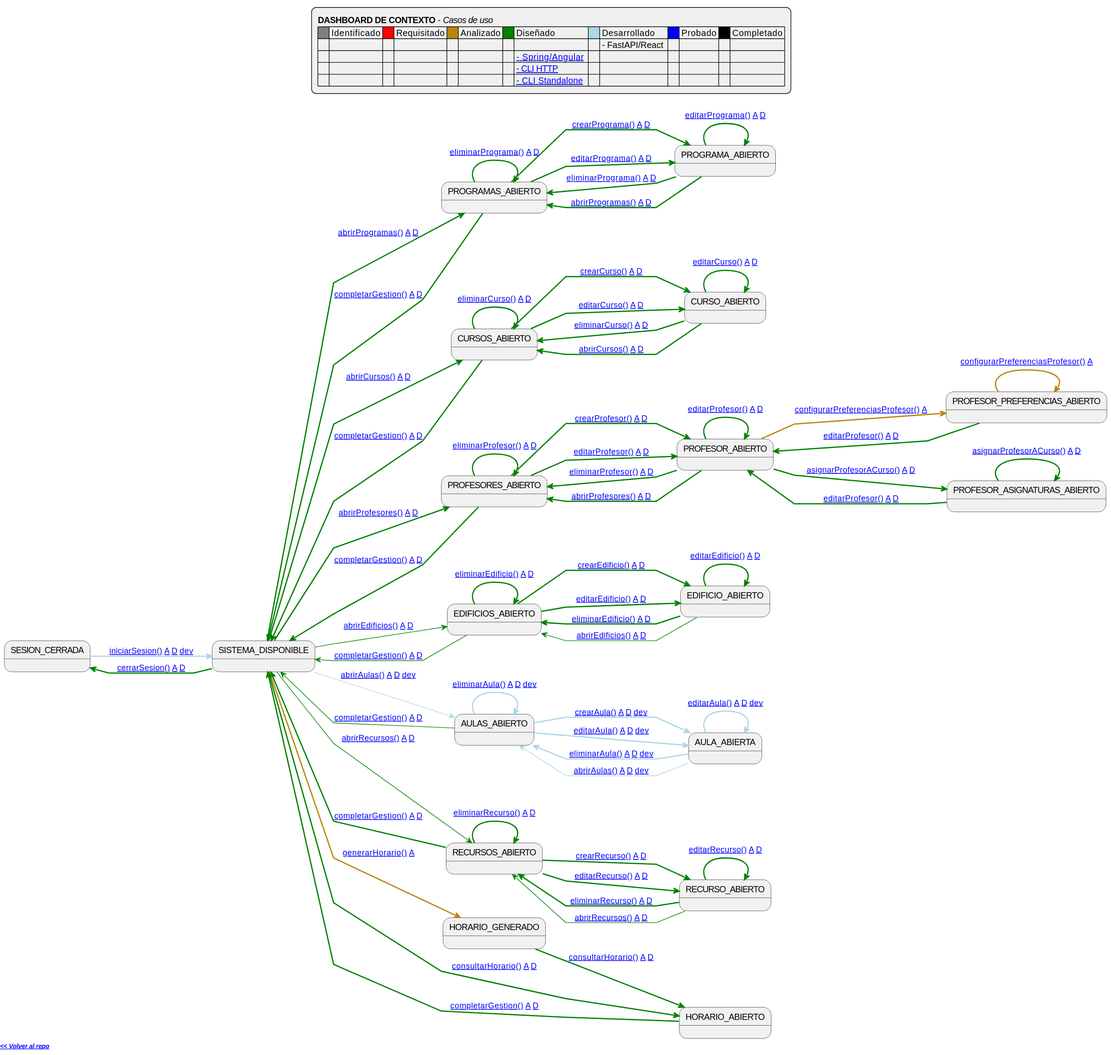
Before: images/RUP/99-seguimiento/diagrama-contexto-administrador.svg, a diagram exported from PlantUML (mmasias/pySigHor).
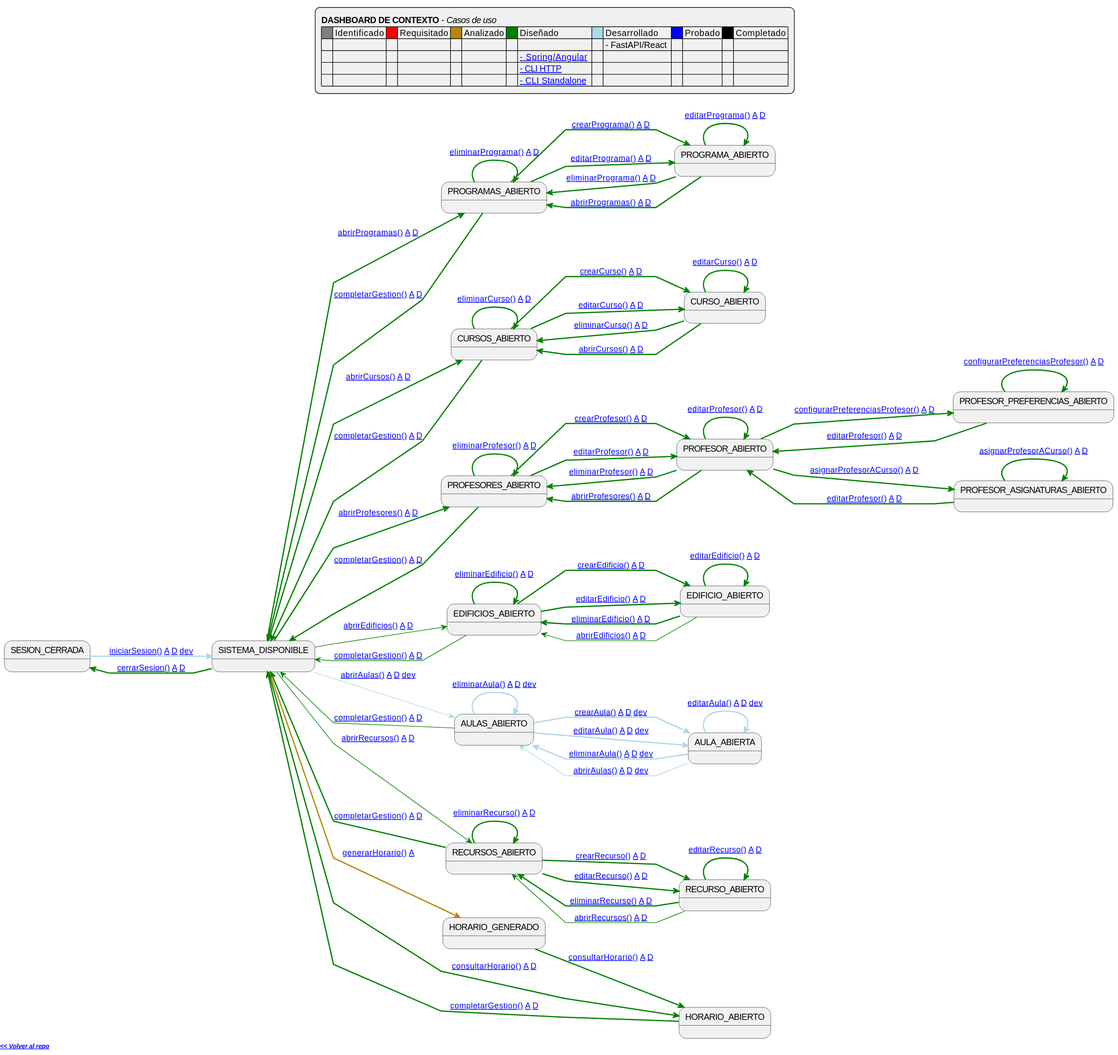
Later version of the same file.

Commit message:
docs(diseño): artefactos de secuencia para configurarPreferenciasProfesor + dashboard actualizado

The edit, as a diff of the source:
```diff
@@ -80,9 +80,9 @@
 ListProfesores -[#green,thickness=2]-> ListProfesores: [[https://github.com/mmasias/pySigHor/blob/main/RUP/00-casos-uso/02-detalle/eliminarProfesor/README.md eliminarProfesor()]] [[https://github.com/mmasias/pySigHor/blob/main/RUP/01-analisis/casos-uso/eliminarProfesor/README.md A]] [[https://github.com/mmasias/pySigHor/blob/diseño-fastapi-react/RUP/02-diseño/casos-uso/eliminarProfesor/README.md D]]
 EditProfesor -[#green,thickness=2]-> EditProfesor: [[https://github.com/mmasias/pySigHor/blob/main/RUP/00-casos-uso/02-detalle/editarProfesor/README.md editarProfesor()]] [[https://github.com/mmasias/pySigHor/blob/main/RUP/01-analisis/casos-uso/editarProfesor/README.md A]] [[https://github.com/mmasias/pySigHor/blob/diseño-fastapi-react/RUP/02-diseño/casos-uso/editarProfesor/README.md D]]
 EditProfesor -[#green,thickness=2]-> ListProfesores: [[https://github.com/mmasias/pySigHor/blob/main/RUP/00-casos-uso/02-detalle/eliminarProfesor/README.md eliminarProfesor()]] [[https://github.com/mmasias/pySigHor/blob/main/RUP/01-analisis/casos-uso/eliminarProfesor/README.md A]] [[https://github.com/mmasias/pySigHor/blob/diseño-fastapi-react/RUP/02-diseño/casos-uso/eliminarProfesor/README.md D]]
-EditProfesor -[#darkgoldenrod,thickness=2]-> EditProfesorPreferencias: [[https://github.com/mmasias/pySigHor/blob/main/RUP/00-casos-uso/02-detalle/configurarPreferenciasProfesor/README.md configurarPreferenciasProfesor()]] [[https://github.com/mmasias/pySigHor/blob/main/RUP/01-analisis/casos-uso/configurarPreferenciasProfesor/README.md A]]
+EditProfesor -[#green,thickness=2]-> EditProfesorPreferencias: [[https://github.com/mmasias/pySigHor/blob/main/RUP/00-casos-uso/02-detalle/configurarPreferenciasProfesor/README.md configurarPreferenciasProfesor()]] [[https://github.com/mmasias/pySigHor/blob/main/RUP/01-analisis/casos-uso/configurarPreferenciasProfesor/README.md A]] [[https://github.com/mmasias/pySigHor/blob/diseño-fastapi-react/RUP/02-diseño/casos-uso/configurarPreferenciasProfesor/README.md D]]
 EditProfesor -[#green,thickness=2]-> ListProfesores: [[https://github.com/mmasias/pySigHor/blob/main/RUP/00-casos-uso/02-detalle/abrirProfesores/README.md abrirProfesores()]] [[https://github.com/mmasias/pySigHor/blob/main/RUP/01-analisis/casos-uso/abrirProfesores/README.md A]] [[https://github.com/mmasias/pySigHor/blob/diseño-fastapi-react/RUP/02-diseño/casos-uso/abrirProfesores/README.md D]]
-EditProfesorPreferencias -[#darkgoldenrod,thickness=2]-> EditProfesorPreferencias: [[https://github.com/mmasias/pySigHor/blob/main/RUP/00-casos-uso/02-detalle/configurarPreferenciasProfesor/README.md configurarPreferenciasProfesor()]] [[https://github.com/mmasias/pySigHor/blob/main/RUP/01-analisis/casos-uso/configurarPreferenciasProfesor/README.md A]]
+EditProfesorPreferencias -[#green,thickness=2]-> EditProfesorPreferencias: [[https://github.com/mmasias/pySigHor/blob/main/RUP/00-casos-uso/02-detalle/configurarPreferenciasProfesor/README.md configurarPreferenciasProfesor()]] [[https://github.com/mmasias/pySigHor/blob/main/RUP/01-analisis/casos-uso/configurarPreferenciasProfesor/README.md A]] [[https://github.com/mmasias/pySigHor/blob/diseño-fastapi-react/RUP/02-diseño/casos-uso/configurarPreferenciasProfesor/README.md D]]
 EditProfesorPreferencias -[#green,thickness=2]-> EditProfesor: [[https://github.com/mmasias/pySigHor/blob/main/RUP/00-casos-uso/02-detalle/editarProfesor/README.md editarProfesor()]] [[https://github.com/mmasias/pySigHor/blob/main/RUP/01-analisis/casos-uso/editarProfesor/README.md A]] [[https://github.com/mmasias/pySigHor/blob/diseño-fastapi-react/RUP/02-diseño/casos-uso/editarProfesor/README.md D]]
 ListEdificios -[#green,bold]-> EditEdificio: [[https://github.com/mmasias/pySigHor/blob/main/RUP/00-casos-uso/02-detalle/crearEdificio/README.md crearEdificio()]] [[https://github.com/mmasias/pySigHor/blob/main/RUP/01-analisis/casos-uso/crearEdificio/README.md A]] [[https://github.com/mmasias/pySigHor/blob/diseño-fastapi-react/RUP/02-diseño/casos-uso/crearEdificio/README.md D]]
 ListEdificios -[#green,bold]-> EditEdificio: [[https://github.com/mmasias/pySigHor/blob/main/RUP/00-casos-uso/02-detalle/editarEdificio/README.md editarEdificio()]] [[https://github.com/mmasias/pySigHor/blob/main/RUP/01-analisis/casos-uso/editarEdificio/README.md A]] [[https://github.com/mmasias/pySigHor/blob/diseño-fastapi-react/RUP/02-diseño/casos-uso/editarEdificio/README.md D]]
```
